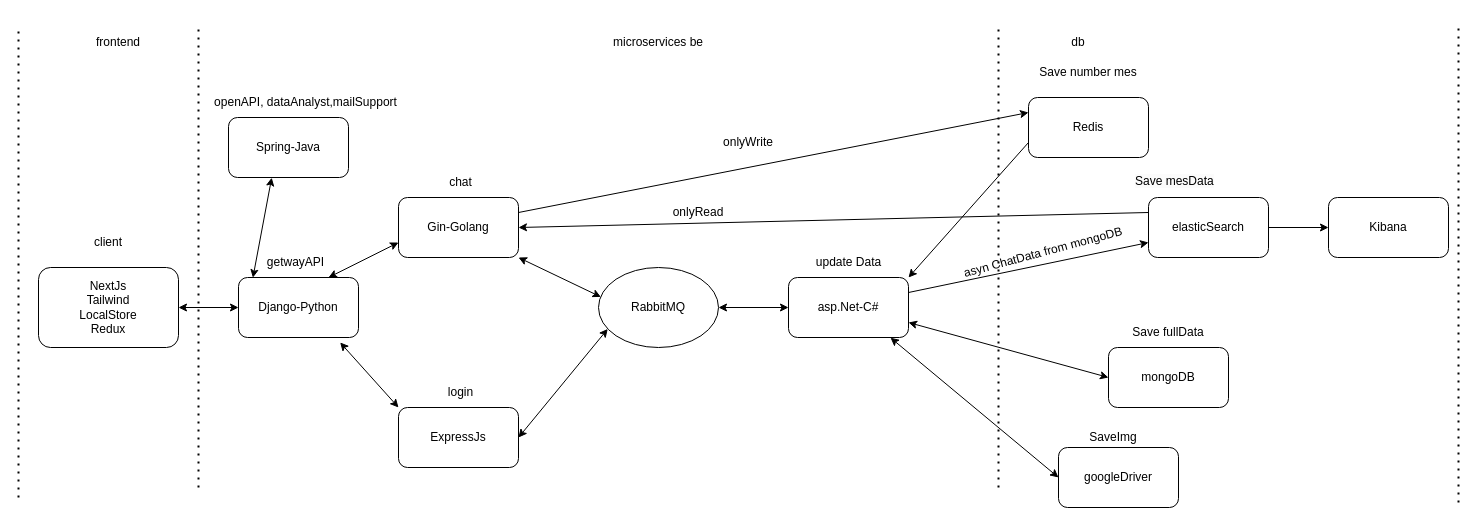
Earlier version of the draw.io diagram basicAppChat.drawio (HuyNguyen3003/basicAppChat). Source tidied: cells renumbered, new cells numbered last; positions are measured from the earlier drawing's top-left corner, leaving out a move shared by most shapes. Both pictures are drawn from the tidied source at 100%, with x=0, y=0 at pixel (18, 17).
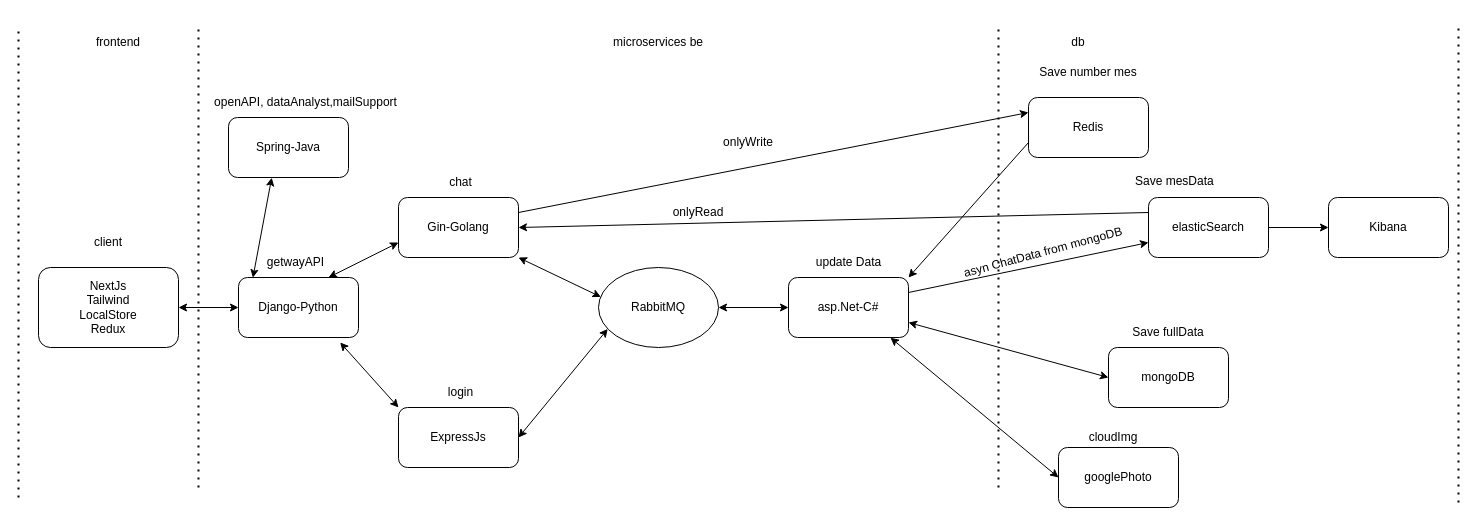
The same diagram, later.

Change to the diagram source:
```diff
@@
-    <mxCell id="12" value="googleDriver" style="rounded=1;whiteSpace=wrap;html=1;" parent="1" vertex="1">
+    <mxCell id="12" value="googlePhoto" style="rounded=1;whiteSpace=wrap;html=1;" parent="1" vertex="1">
       <mxGeometry x="1040" y="430" width="120" height="60" as="geometry" />
     </mxCell>
@@
-    <mxCell id="27" value="SaveImg" style="text;html=1;strokeColor=none;fillColor=none;align=center;verticalAlign=middle;whiteSpace=wrap;rounded=0;" parent="1" vertex="1">
+    <mxCell id="27" value="cloudImg" style="text;html=1;strokeColor=none;fillColor=none;align=center;verticalAlign=middle;whiteSpace=wrap;rounded=0;" parent="1" vertex="1">
       <mxGeometry x="1040" y="405" width="110" height="30" as="geometry" />
     </mxCell>
```
